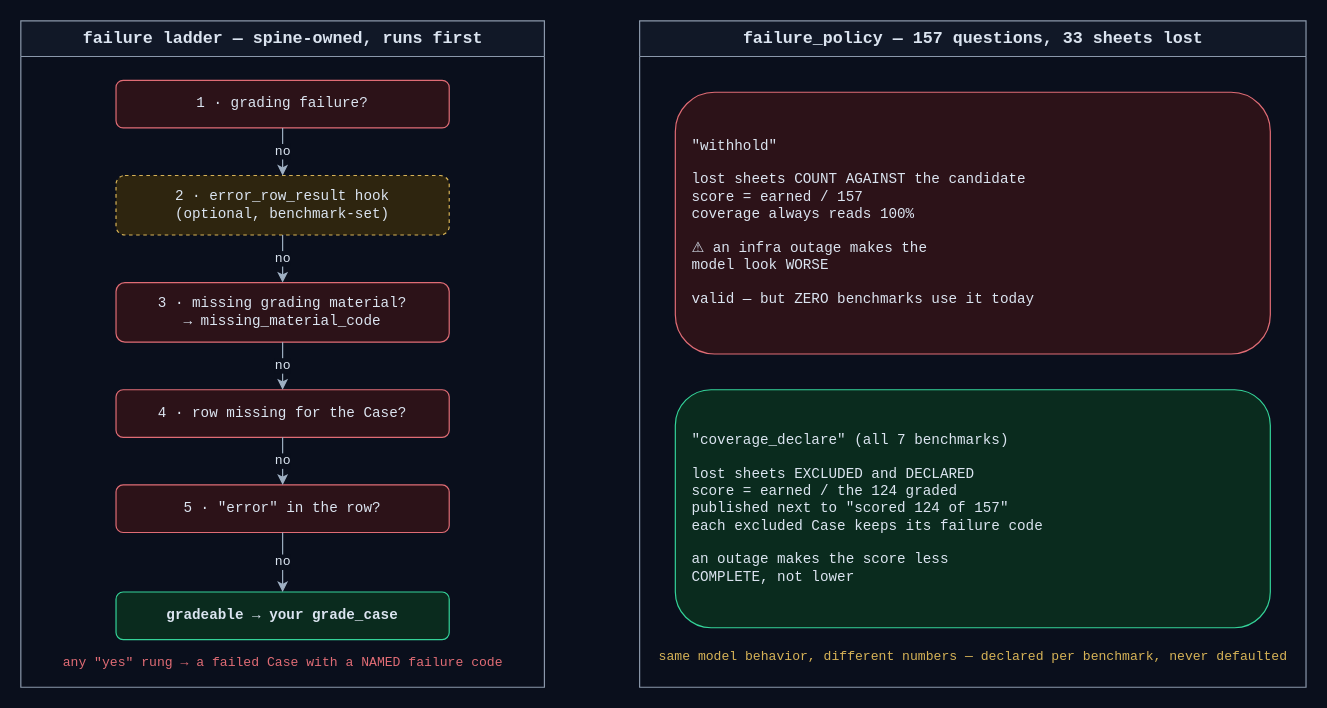
Above: apps/screamingface-engine/docs/diagrams/failure-ladder-and-policy.drawio in ScreamingFace/screamingface (draw.io), before the change. Source tidied: cells renumbered, new cells numbered last; positions are measured from the earlier drawing's top-left corner, leaving out a move shared by most shapes. Both pictures are drawn from the tidied source at 119%, with x=0, y=0 at pixel (20, 20).
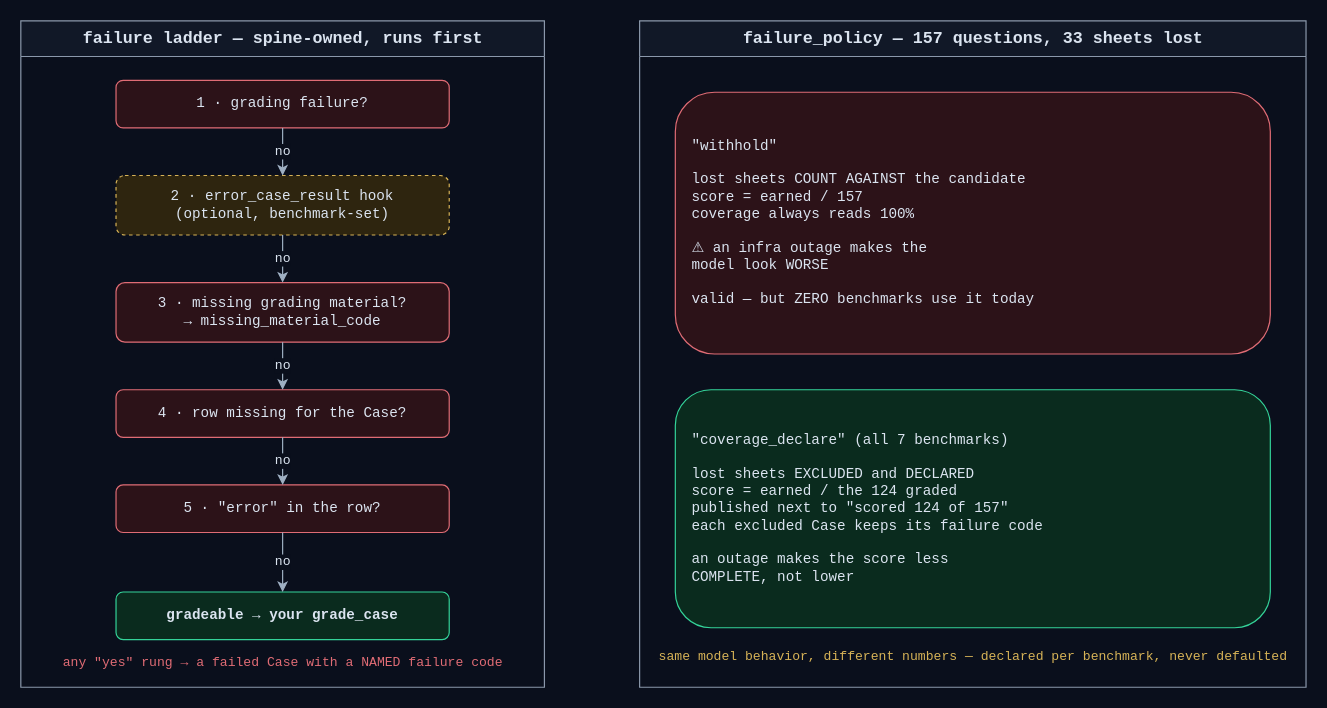
The same page after the edit.

Diff of the diagram source:
```diff
@@
 <mxGraphModel background="#0a0f1c">
   <root>
     <mxCell id="0" />
     <mxCell id="1" parent="0" />
     <mxCell id="2" value="failure ladder — spine-owned, runs first" style="swimlane;startSize=30;html=1;fillColor=#111827;strokeColor=#8b98ab;fontColor=#dbe4f0;fontFamily=Courier New;fontSize=14;fontStyle=1;" parent="1" vertex="1">
       <mxGeometry width="440" height="560" as="geometry" />
     </mxCell>
     <mxCell id="3" value="1 · grading failure?" style="rounded=1;whiteSpace=wrap;html=1;fillColor=#2c1218;strokeColor=#e06c75;fontColor=#dbe4f0;fontFamily=Courier New;fontSize=12;" parent="2" vertex="1">
       <mxGeometry x="80" y="50" width="280" height="40" as="geometry" />
     </mxCell>
-    <mxCell id="4" value="2 · error_row_result hook&#10;(optional, benchmark-set)" style="rounded=1;whiteSpace=wrap;html=1;dashed=1;fillColor=#2e250f;strokeColor=#d7b357;fontColor=#dbe4f0;fontFamily=Courier New;fontSize=12;" parent="2" vertex="1">
+    <mxCell id="4" value="2 · error_case_result hook&#10;(optional, benchmark-set)" style="rounded=1;whiteSpace=wrap;html=1;dashed=1;fillColor=#2e250f;strokeColor=#d7b357;fontColor=#dbe4f0;fontFamily=Courier New;fontSize=12;" parent="2" vertex="1">
       <mxGeometry x="80" y="130" width="280" height="50" as="geometry" />
     </mxCell>
     <mxCell id="5" value="3 · missing grading material?&#10;→ missing_material_code" style="rounded=1;whiteSpace=wrap;html=1;fillColor=#2c1218;strokeColor=#e06c75;fontColor=#dbe4f0;fontFamily=Courier New;fontSize=12;" parent="2" vertex="1">
       <mxGeometry x="80" y="220" width="280" height="50" as="geometry" />
     </mxCell>
     <mxCell id="6" value="4 · row missing for the Case?" style="rounded=1;whiteSpace=wrap;html=1;fillColor=#2c1218;strokeColor=#e06c75;fontColor=#dbe4f0;fontFamily=Courier New;fontSize=12;" parent="2" vertex="1">
       <mxGeometry x="80" y="310" width="280" height="40" as="geometry" />
     </mxCell>
     <mxCell id="7" value="5 · &quot;error&quot; in the row?" style="rounded=1;whiteSpace=wrap;html=1;fillColor=#2c1218;strokeColor=#e06c75;fontColor=#dbe4f0;fontFamily=Courier New;fontSize=12;" parent="2" vertex="1">
       <mxGeometry x="80" y="390" width="280" height="40" as="geometry" />
     </mxCell>
     <mxCell id="8" value="gradeable → your grade_case" style="rounded=1;whiteSpace=wrap;html=1;fillColor=#0a2b1e;strokeColor=#34d399;fontColor=#dbe4f0;fontFamily=Courier New;fontSize=12;fontStyle=1;" parent="2" vertex="1">
       <mxGeometry x="80" y="480" width="280" height="40" as="geometry" />
     </mxCell>
     <mxCell id="9" value="no" style="edgeStyle=orthogonalEdgeStyle;rounded=1;jettySize=auto;html=1;strokeColor=#9fb0c3;fontColor=#dbe4f0;fontFamily=Courier New;fontSize=11;labelBackgroundColor=#0a0f1c;exitX=0.5;exitY=1;entryX=0.5;entryY=0;" parent="2" edge="1" source="3" target="4">
       <mxGeometry relative="1" as="geometry" />
     </mxCell>
     <mxCell id="10" value="no" style="edgeStyle=orthogonalEdgeStyle;rounded=1;jettySize=auto;html=1;strokeColor=#9fb0c3;fontColor=#dbe4f0;fontFamily=Courier New;fontSize=11;labelBackgroundColor=#0a0f1c;exitX=0.5;exitY=1;entryX=0.5;entryY=0;" parent="2" edge="1" source="4" target="5">
       <mxGeometry relative="1" as="geometry" />
     </mxCell>
     <mxCell id="11" value="no" style="edgeStyle=orthogonalEdgeStyle;rounded=1;jettySize=auto;html=1;strokeColor=#9fb0c3;fontColor=#dbe4f0;fontFamily=Courier New;fontSize=11;labelBackgroundColor=#0a0f1c;exitX=0.5;exitY=1;entryX=0.5;entryY=0;" parent="2" edge="1" source="5" target="6">
       <mxGeometry relative="1" as="geometry" />
     </mxCell>
     <mxCell id="12" value="no" style="edgeStyle=orthogonalEdgeStyle;rounded=1;jettySize=auto;html=1;strokeColor=#9fb0c3;fontColor=#dbe4f0;fontFamily=Courier New;fontSize=11;labelBackgroundColor=#0a0f1c;exitX=0.5;exitY=1;entryX=0.5;entryY=0;" parent="2" edge="1" source="6" target="7">
       <mxGeometry relative="1" as="geometry" />
     </mxCell>
     <mxCell id="13" value="no" style="edgeStyle=orthogonalEdgeStyle;rounded=1;jettySize=auto;html=1;strokeColor=#9fb0c3;fontColor=#dbe4f0;fontFamily=Courier New;fontSize=11;labelBackgroundColor=#0a0f1c;exitX=0.5;exitY=1;entryX=0.5;entryY=0;" parent="2" edge="1" source="7" target="8">
       <mxGeometry relative="1" as="geometry" />
     </mxCell>
     <mxCell id="14" value="any &quot;yes&quot; rung → a failed Case with a NAMED failure code" style="text;html=1;align=center;verticalAlign=middle;fontColor=#e06c75;fontFamily=Courier New;fontSize=11;" parent="2" vertex="1">
       <mxGeometry x="40" y="530" width="360" height="20" as="geometry" />
     </mxCell>
     <mxCell id="15" value="failure_policy — 157 questions, 33 sheets lost" style="swimlane;startSize=30;html=1;fillColor=#111827;strokeColor=#8b98ab;fontColor=#dbe4f0;fontFamily=Courier New;fontSize=14;fontStyle=1;" parent="1" vertex="1">
       <mxGeometry x="520" width="560" height="560" as="geometry" />
     </mxCell>
     <mxCell id="16" value="&quot;withhold&quot;&#10;&#10;lost sheets COUNT AGAINST the candidate&#10;score = earned / 157&#10;coverage always reads 100%&#10;&#10;⚠ an infra outage makes the&#10;model look WORSE&#10;&#10;valid — but ZERO benchmarks use it today" style="rounded=1;whiteSpace=wrap;html=1;fillColor=#2c1218;strokeColor=#e06c75;fontColor=#dbe4f0;fontFamily=Courier New;fontSize=12;align=left;spacingLeft=12;" parent="15" vertex="1">
       <mxGeometry x="30" y="60" width="500" height="220" as="geometry" />
     </mxCell>
     <mxCell id="17" value="&quot;coverage_declare&quot;  (all 7 benchmarks)&#10;&#10;lost sheets EXCLUDED and DECLARED&#10;score = earned / the 124 graded&#10;published next to &quot;scored 124 of 157&quot;&#10;each excluded Case keeps its failure code&#10;&#10;an outage makes the score less&#10;COMPLETE, not lower" style="rounded=1;whiteSpace=wrap;html=1;fillColor=#0a2b1e;strokeColor=#34d399;fontColor=#dbe4f0;fontFamily=Courier New;fontSize=12;align=left;spacingLeft=12;" parent="15" vertex="1">
       <mxGeometry x="30" y="310" width="500" height="200" as="geometry" />
     </mxCell>
     <mxCell id="18" value="same model behavior, different numbers — declared per benchmark, never defaulted" style="text;html=1;align=center;verticalAlign=middle;fontColor=#d7b357;fontFamily=Courier New;fontSize=11;" parent="15" vertex="1">
       <mxGeometry x="30" y="525" width="500" height="20" as="geometry" />
     </mxCell>
   </root>
 </mxGraphModel>
```
